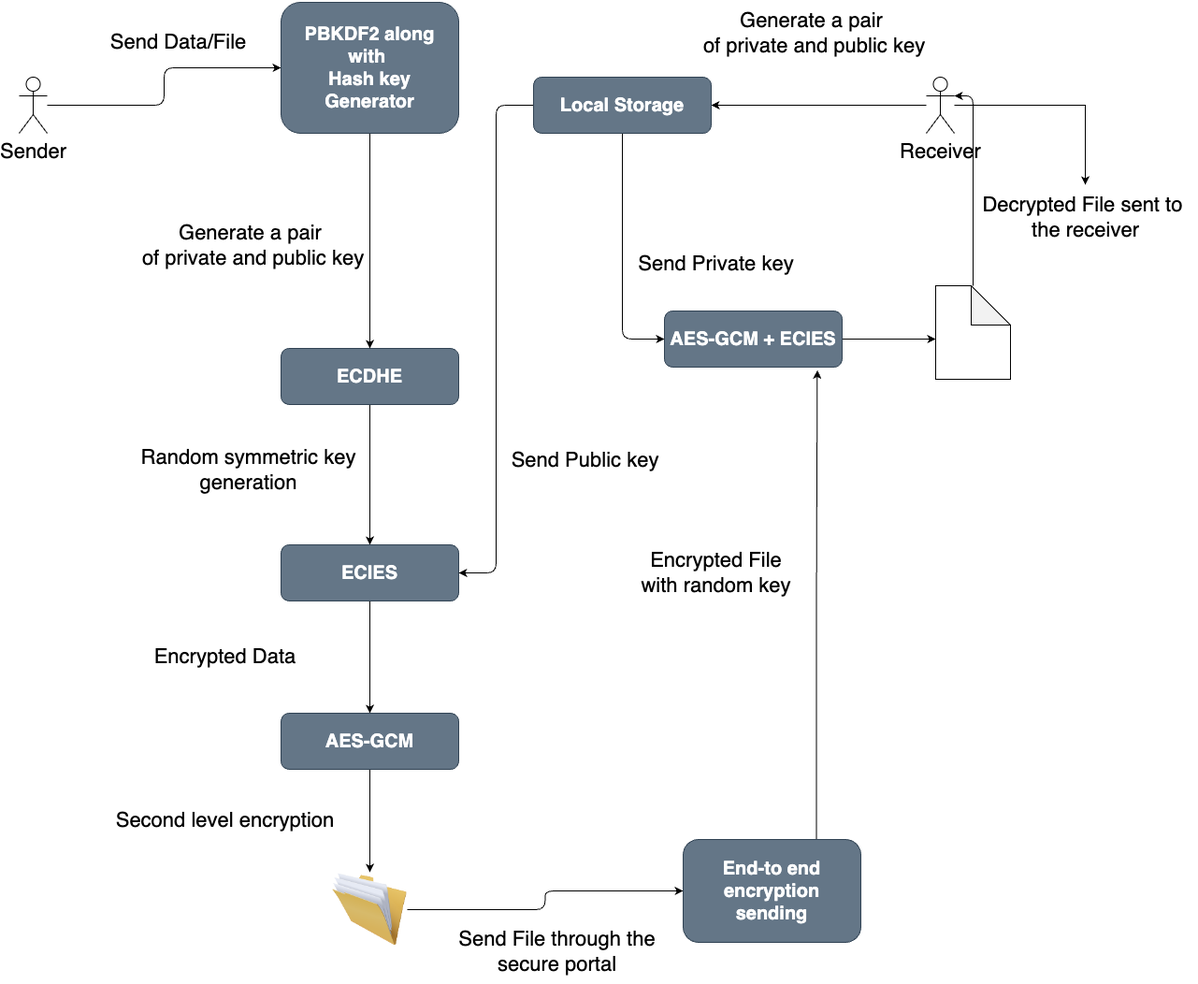
antirex/blogsite keeps this draw.io diagram as Hybrid encryption algo.drawio.png. Above is the earlier version. Source tidied: cells renumbered, new cells last; positions are measured from the earlier drawing's top-left corner, leaving out a move shared by most shapes.
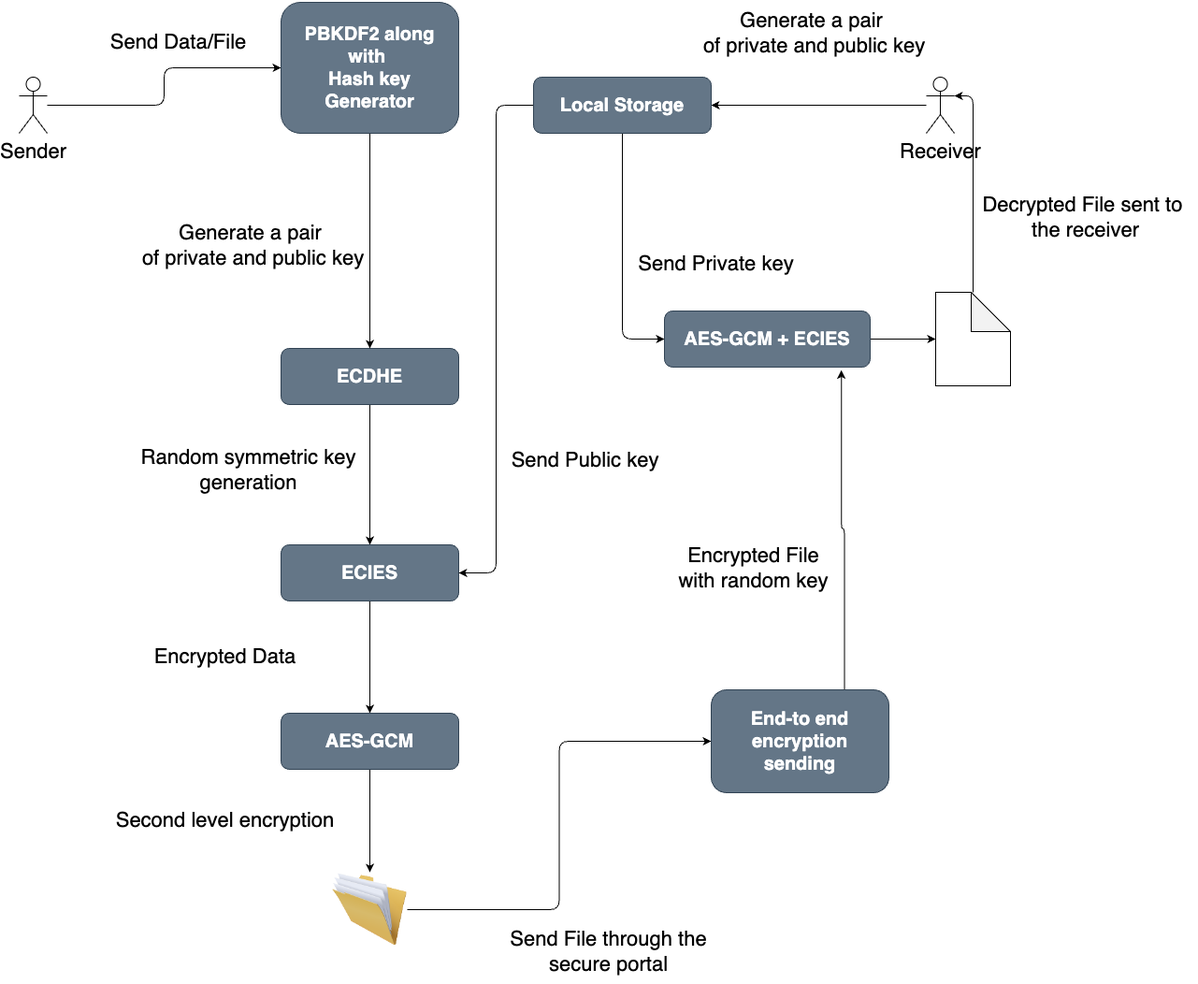
The same file after the commit.

Diff of the diagram source:
```diff
@@ -13,9 +13,6 @@
         <mxPoint x="740" y="112" as="targetPoint" />
       </mxGeometry>
     </mxCell>
-    <mxCell id="5" style="edgeStyle=orthogonalEdgeStyle;rounded=0;jettySize=auto;html=1;" parent="1" edge="1" source="6" target="29">
-      <mxGeometry relative="1" as="geometry" />
-    </mxCell>
     <mxCell id="6" value="&lt;font style=&quot;font-size: 22px;&quot;&gt;Receiver&lt;/font&gt;" style="shape=umlActor;verticalLabelPosition=bottom;verticalAlign=top;html=1;outlineConnect=0;rounded=1;fontSize=20;" parent="1" vertex="1">
       <mxGeometry x="970" y="82" width="30" height="60" as="geometry" />
     </mxCell>
@@ -65,7 +62,7 @@
       <mxGeometry relative="1" as="geometry" />
     </mxCell>
     <mxCell id="22" value="End-to end encryption&lt;br style=&quot;font-size: 20px;&quot;&gt;sending" style="rounded=1;whiteSpace=wrap;html=1;fillColor=#647687;fontColor=#ffffff;strokeColor=#314354;fontStyle=1;fontSize=20;" parent="1" vertex="1">
-      <mxGeometry x="710" y="897" width="190" height="110" as="geometry" />
+      <mxGeometry x="740" y="737" width="190" height="110" as="geometry" />
     </mxCell>
     <mxCell id="23" style="edgeStyle=orthogonalEdgeStyle;rounded=1;jettySize=auto;html=1;fontSize=20;" parent="1" edge="1" source="24">
       <mxGeometry relative="1" as="geometry">
@@ -73,19 +70,19 @@
       </mxGeometry>
     </mxCell>
     <mxCell id="24" value="AES-GCM + ECIES" style="rounded=1;whiteSpace=wrap;html=1;fillColor=#647687;fontColor=#ffffff;strokeColor=#314354;fontStyle=1;fontSize=20;" parent="1" vertex="1">
-      <mxGeometry x="690" y="332" width="190" height="60" as="geometry" />
+      <mxGeometry x="690" y="332" width="220" height="60" as="geometry" />
     </mxCell>
     <mxCell id="25" value="Send Private key" style="text;html=1;align=center;verticalAlign=middle;strokeColor=none;fillColor=none;rounded=1;fontSize=22;" parent="1" vertex="1">
       <mxGeometry x="650" y="262" width="190" height="40" as="geometry" />
     </mxCell>
     <mxCell id="26" value="Encrypted File&lt;br style=&quot;font-size: 22px;&quot;&gt;with&amp;nbsp;random key" style="text;html=1;align=center;verticalAlign=middle;strokeColor=none;fillColor=none;rounded=1;spacing=2;fontSize=22;" parent="1" vertex="1">
-      <mxGeometry x="655" y="577" width="180" height="70" as="geometry" />
+      <mxGeometry x="695" y="572" width="180" height="70" as="geometry" />
     </mxCell>
     <mxCell id="27" style="edgeStyle=orthogonalEdgeStyle;rounded=1;jettySize=auto;html=1;entryX=1;entryY=0.3333333333333333;entryDx=0;entryDy=0;entryPerimeter=0;fontSize=20;" parent="1" edge="1" source="28" target="6">
       <mxGeometry relative="1" as="geometry" />
     </mxCell>
     <mxCell id="28" style="shape=note;whiteSpace=wrap;html=1;backgroundOutline=1;darkOpacity=0.05;size=42;rounded=1;fontSize=20;" parent="1" vertex="1">
-      <mxGeometry x="980" y="305" width="80" height="100" as="geometry" />
+      <mxGeometry x="980" y="312" width="80" height="100" as="geometry" />
     </mxCell>
     <mxCell id="29" value="Decrypted File sent to&amp;nbsp;&lt;br style=&quot;font-size: 22px;&quot;&gt;the receiver" style="text;html=1;align=center;verticalAlign=middle;points=[];strokeColor=none;fillColor=none;rounded=1;fontSize=22;" parent="1" vertex="1">
       <mxGeometry x="1020" y="197" width="240" height="70" as="geometry" />
@@ -109,7 +106,7 @@
       <mxGeometry x="85" y="25" width="170" height="40" as="geometry" />
     </mxCell>
     <mxCell id="36" value="Send File through the&lt;br style=&quot;font-size: 22px;&quot;&gt;secure portal" style="text;html=1;align=center;verticalAlign=middle;strokeColor=none;fillColor=none;fontSize=22;" parent="1" vertex="1">
-      <mxGeometry x="460" y="982" width="230" height="70" as="geometry" />
+      <mxGeometry x="515" y="982" width="230" height="70" as="geometry" />
     </mxCell>
   </root>
 </mxGraphModel>
```
